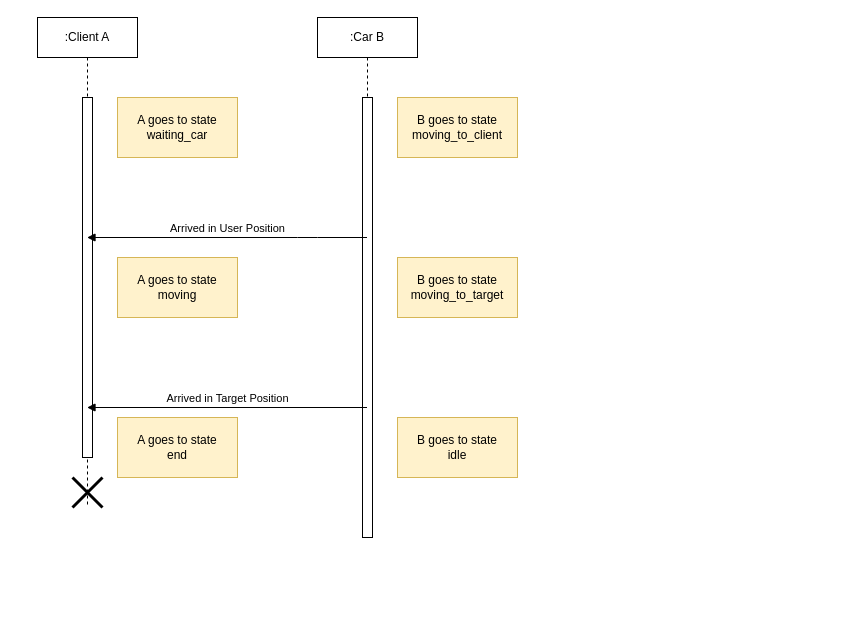
Before: relazione/messaggi_utente_trasporto.drawio in kraots94/Sistemi, a draw.io diagram. Source tidied: cells renumbered, new cells numbered last; positions are measured from the earlier drawing's top-left corner, leaving out a move shared by most shapes. Both pictures are drawn from the tidied source at 100%, with x=0, y=0 at pixel (37, 17).
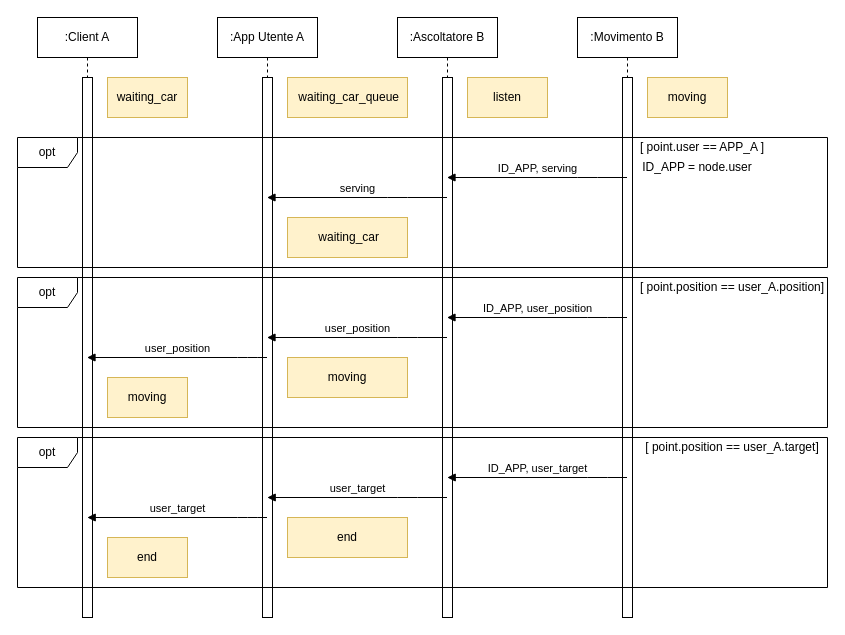
The same page after the edit.

Diff of the diagram source:
```diff
@@
     <mxCell id="2" value=":Client A" style="shape=umlLifeline;perimeter=lifelinePerimeter;whiteSpace=wrap;html=1;outlineConnect=0;" parent="1" vertex="1">
-      <mxGeometry width="100" height="490" as="geometry" />
+      <mxGeometry width="100" height="600" as="geometry" />
     </mxCell>
-    <mxCell id="3" style="html=1;perimeter=orthogonalPerimeter;" parent="2" vertex="1">
-      <mxGeometry x="45" y="80" width="10" height="360" as="geometry" />
-    </mxCell>
-    <mxCell id="4" style="shape=umlDestroy;whiteSpace=wrap;html=1;strokeWidth=3;" parent="2" vertex="1">
-      <mxGeometry x="35" y="460" width="30" height="30" as="geometry" />
-    </mxCell>
-    <mxCell id="5" value=":Car B" style="shape=umlLifeline;perimeter=lifelinePerimeter;whiteSpace=wrap;html=1;outlineConnect=0;" parent="1" vertex="1">
-      <mxGeometry x="280" width="100" height="520" as="geometry" />
-    </mxCell>
-    <mxCell id="6" style="html=1;perimeter=orthogonalPerimeter;" parent="5" vertex="1">
-      <mxGeometry x="45" y="80" width="10" height="440" as="geometry" />
-    </mxCell>
-    <mxCell id="7" value="A goes to state waiting_car" style="rounded=0;whiteSpace=wrap;html=1;fillColor=#fff2cc;strokeColor=#d6b656;" parent="1" vertex="1">
-      <mxGeometry x="80" y="80" width="120" height="60" as="geometry" />
-    </mxCell>
-    <mxCell id="8" value="A goes to state &lt;br&gt;moving" style="rounded=0;whiteSpace=wrap;html=1;fillColor=#fff2cc;strokeColor=#d6b656;" parent="1" vertex="1">
-      <mxGeometry x="80" y="240" width="120" height="60" as="geometry" />
-    </mxCell>
-    <mxCell id="9" value="A goes to state &lt;br&gt;end" style="rounded=0;whiteSpace=wrap;html=1;fillColor=#fff2cc;strokeColor=#d6b656;" parent="1" vertex="1">
-      <mxGeometry x="80" y="400" width="120" height="60" as="geometry" />
-    </mxCell>
-    <mxCell id="10" value="B goes to state moving_to_client" style="rounded=0;whiteSpace=wrap;html=1;fillColor=#fff2cc;strokeColor=#d6b656;" parent="1" vertex="1">
-      <mxGeometry x="360" y="80" width="120" height="60" as="geometry" />
-    </mxCell>
-    <mxCell id="11" value="B goes to state moving_to_target" style="rounded=0;whiteSpace=wrap;html=1;fillColor=#fff2cc;strokeColor=#d6b656;" parent="1" vertex="1">
-      <mxGeometry x="360" y="240" width="120" height="60" as="geometry" />
-    </mxCell>
-    <mxCell id="12" value="B goes to state &lt;br&gt;idle" style="rounded=0;whiteSpace=wrap;html=1;fillColor=#fff2cc;strokeColor=#d6b656;" parent="1" vertex="1">
-      <mxGeometry x="360" y="400" width="120" height="60" as="geometry" />
-    </mxCell>
-    <mxCell id="13" value="Arrived in User Position" style="html=1;verticalAlign=bottom;endArrow=block;" parent="1" edge="1" source="5" target="2">
-      <mxGeometry relative="1" as="geometry">
-        <Array as="points">
-          <mxPoint x="270" y="220" />
-        </Array>
-      </mxGeometry>
-    </mxCell>
-    <mxCell id="14" value="Arrived in Target Position" style="html=1;verticalAlign=bottom;endArrow=block;" parent="1" edge="1" source="5" target="2">
-      <mxGeometry relative="1" as="geometry">
-        <Array as="points">
-          <mxPoint x="270.5" y="390" />
-        </Array>
-      </mxGeometry>
-    </mxCell>
+    <mxCell id="15" style="html=1;perimeter=orthogonalPerimeter;" parent="2" vertex="1">
+      <mxGeometry x="45" y="60" width="10" height="540" as="geometry" />
+    </mxCell>
+    <mxCell id="16" value=":App Utente A" style="shape=umlLifeline;perimeter=lifelinePerimeter;whiteSpace=wrap;html=1;outlineConnect=0;" parent="1" vertex="1">
+      <mxGeometry x="180" width="100" height="600" as="geometry" />
+    </mxCell>
+    <mxCell id="17" style="html=1;perimeter=orthogonalPerimeter;" parent="16" vertex="1">
+      <mxGeometry x="45" y="60" width="10" height="540" as="geometry" />
+    </mxCell>
+    <mxCell id="18" value=":Ascoltatore B" style="shape=umlLifeline;perimeter=lifelinePerimeter;whiteSpace=wrap;html=1;outlineConnect=0;" parent="1" vertex="1">
+      <mxGeometry x="360" width="100" height="600" as="geometry" />
+    </mxCell>
+    <mxCell id="19" style="html=1;perimeter=orthogonalPerimeter;" parent="18" vertex="1">
+      <mxGeometry x="45" y="60" width="10" height="540" as="geometry" />
+    </mxCell>
+    <mxCell id="20" value=":Movimento B" style="shape=umlLifeline;perimeter=lifelinePerimeter;whiteSpace=wrap;html=1;outlineConnect=0;" parent="1" vertex="1">
+      <mxGeometry x="540" width="100" height="600" as="geometry" />
+    </mxCell>
+    <mxCell id="21" style="html=1;perimeter=orthogonalPerimeter;" parent="20" vertex="1">
+      <mxGeometry x="45" y="60" width="10" height="540" as="geometry" />
+    </mxCell>
+    <mxCell id="22" value="waiting_car" style="rounded=0;whiteSpace=wrap;html=1;fillColor=#fff2cc;strokeColor=#d6b656;" parent="1" vertex="1">
+      <mxGeometry x="70" y="60" width="80" height="40" as="geometry" />
+    </mxCell>
+    <mxCell id="23" value="&amp;nbsp;waiting_car_queue" style="rounded=0;whiteSpace=wrap;html=1;fillColor=#fff2cc;strokeColor=#d6b656;" parent="1" vertex="1">
+      <mxGeometry x="250" y="60" width="120" height="40" as="geometry" />
+    </mxCell>
+    <mxCell id="24" value="listen" style="rounded=0;whiteSpace=wrap;html=1;fillColor=#fff2cc;strokeColor=#d6b656;" parent="1" vertex="1">
+      <mxGeometry x="430" y="60" width="80" height="40" as="geometry" />
+    </mxCell>
+    <mxCell id="25" value="moving" style="rounded=0;whiteSpace=wrap;html=1;fillColor=#fff2cc;strokeColor=#d6b656;" parent="1" vertex="1">
+      <mxGeometry x="610" y="60" width="80" height="40" as="geometry" />
+    </mxCell>
+    <mxCell id="26" value="ID_APP, serving" style="html=1;verticalAlign=bottom;endArrow=block;" parent="1" edge="1" source="20" target="18">
+      <mxGeometry relative="1" as="geometry">
+        <Array as="points">
+          <mxPoint x="550" y="160" />
+        </Array>
+      </mxGeometry>
+    </mxCell>
+    <mxCell id="27" value="serving" style="html=1;verticalAlign=bottom;endArrow=block;" parent="1" edge="1" source="18" target="16">
+      <mxGeometry relative="1" as="geometry">
+        <Array as="points">
+          <mxPoint x="360" y="180" />
+        </Array>
+      </mxGeometry>
+    </mxCell>
+    <mxCell id="28" value="&amp;nbsp;waiting_car" style="rounded=0;whiteSpace=wrap;html=1;fillColor=#fff2cc;strokeColor=#d6b656;" parent="1" vertex="1">
+      <mxGeometry x="250" y="200" width="120" height="40" as="geometry" />
+    </mxCell>
+    <mxCell id="29" value="[ point.user == APP_A ]" style="text;html=1;strokeColor=none;fillColor=none;align=center;verticalAlign=middle;whiteSpace=wrap;rounded=0;" parent="1" vertex="1">
+      <mxGeometry x="590" y="120" width="150" height="20" as="geometry" />
+    </mxCell>
+    <mxCell id="30" value="ID_APP = node.user" style="text;html=1;strokeColor=none;fillColor=none;align=center;verticalAlign=middle;whiteSpace=wrap;rounded=0;" parent="1" vertex="1">
+      <mxGeometry x="600" y="140" width="120" height="20" as="geometry" />
+    </mxCell>
+    <mxCell id="31" value="[ point.position == user_A.position]" style="text;html=1;strokeColor=none;fillColor=none;align=center;verticalAlign=middle;whiteSpace=wrap;rounded=0;" parent="1" vertex="1">
+      <mxGeometry x="600" y="260" width="190" height="20" as="geometry" />
+    </mxCell>
+    <mxCell id="32" value="ID_APP, user_position" style="html=1;verticalAlign=bottom;endArrow=block;" parent="1" edge="1" source="20" target="18">
+      <mxGeometry relative="1" as="geometry">
+        <Array as="points">
+          <mxPoint x="560" y="300" />
+        </Array>
+      </mxGeometry>
+    </mxCell>
+    <mxCell id="33" value="user_position" style="html=1;verticalAlign=bottom;endArrow=block;" parent="1" edge="1" source="18" target="16">
+      <mxGeometry relative="1" as="geometry">
+        <Array as="points">
+          <mxPoint x="370" y="320" />
+        </Array>
+      </mxGeometry>
+    </mxCell>
+    <mxCell id="34" value="user_position" style="html=1;verticalAlign=bottom;endArrow=block;" parent="1" edge="1" source="16" target="2">
+      <mxGeometry relative="1" as="geometry">
+        <Array as="points">
+          <mxPoint x="210" y="340" />
+        </Array>
+      </mxGeometry>
+    </mxCell>
+    <mxCell id="35" value="moving" style="rounded=0;whiteSpace=wrap;html=1;fillColor=#fff2cc;strokeColor=#d6b656;" parent="1" vertex="1">
+      <mxGeometry x="70" y="360" width="80" height="40" as="geometry" />
+    </mxCell>
+    <mxCell id="36" value="moving" style="rounded=0;whiteSpace=wrap;html=1;fillColor=#fff2cc;strokeColor=#d6b656;" parent="1" vertex="1">
+      <mxGeometry x="250" y="340" width="120" height="40" as="geometry" />
+    </mxCell>
+    <mxCell id="37" value="[ point.position == user_A.target]" style="text;html=1;strokeColor=none;fillColor=none;align=center;verticalAlign=middle;whiteSpace=wrap;rounded=0;" parent="1" vertex="1">
+      <mxGeometry x="600" y="420" width="190" height="20" as="geometry" />
+    </mxCell>
+    <mxCell id="38" value="ID_APP, user_target" style="html=1;verticalAlign=bottom;endArrow=block;" parent="1" edge="1">
+      <mxGeometry relative="1" as="geometry">
+        <mxPoint x="589.5" y="460" as="sourcePoint" />
+        <mxPoint x="409.7" y="460" as="targetPoint" />
+        <Array as="points">
+          <mxPoint x="560" y="460" />
+        </Array>
+      </mxGeometry>
+    </mxCell>
+    <mxCell id="39" value="user_target" style="html=1;verticalAlign=bottom;endArrow=block;" parent="1" edge="1">
+      <mxGeometry relative="1" as="geometry">
+        <mxPoint x="409.5" y="480" as="sourcePoint" />
+        <mxPoint x="229.7" y="480" as="targetPoint" />
+        <Array as="points">
+          <mxPoint x="370" y="480" />
+        </Array>
+      </mxGeometry>
+    </mxCell>
+    <mxCell id="40" value="user_target" style="html=1;verticalAlign=bottom;endArrow=block;" parent="1" edge="1">
+      <mxGeometry relative="1" as="geometry">
+        <mxPoint x="229.5" y="500" as="sourcePoint" />
+        <mxPoint x="49.7" y="500" as="targetPoint" />
+        <Array as="points">
+          <mxPoint x="210" y="500" />
+        </Array>
+      </mxGeometry>
+    </mxCell>
+    <mxCell id="41" value="end" style="rounded=0;whiteSpace=wrap;html=1;fillColor=#fff2cc;strokeColor=#d6b656;" parent="1" vertex="1">
+      <mxGeometry x="70" y="520" width="80" height="40" as="geometry" />
+    </mxCell>
+    <mxCell id="42" value="end" style="rounded=0;whiteSpace=wrap;html=1;fillColor=#fff2cc;strokeColor=#d6b656;" parent="1" vertex="1">
+      <mxGeometry x="250" y="500" width="120" height="40" as="geometry" />
+    </mxCell>
+    <mxCell id="43" value="opt" style="shape=umlFrame;whiteSpace=wrap;html=1;" parent="1" vertex="1">
+      <mxGeometry x="-20" y="420" width="810" height="150" as="geometry" />
+    </mxCell>
+    <mxCell id="44" value="opt" style="shape=umlFrame;whiteSpace=wrap;html=1;" parent="1" vertex="1">
+      <mxGeometry x="-20" y="260" width="810" height="150" as="geometry" />
+    </mxCell>
+    <mxCell id="45" value="opt" style="shape=umlFrame;whiteSpace=wrap;html=1;" parent="1" vertex="1">
+      <mxGeometry x="-20" y="120" width="810" height="130" as="geometry" />
+    </mxCell>
```
